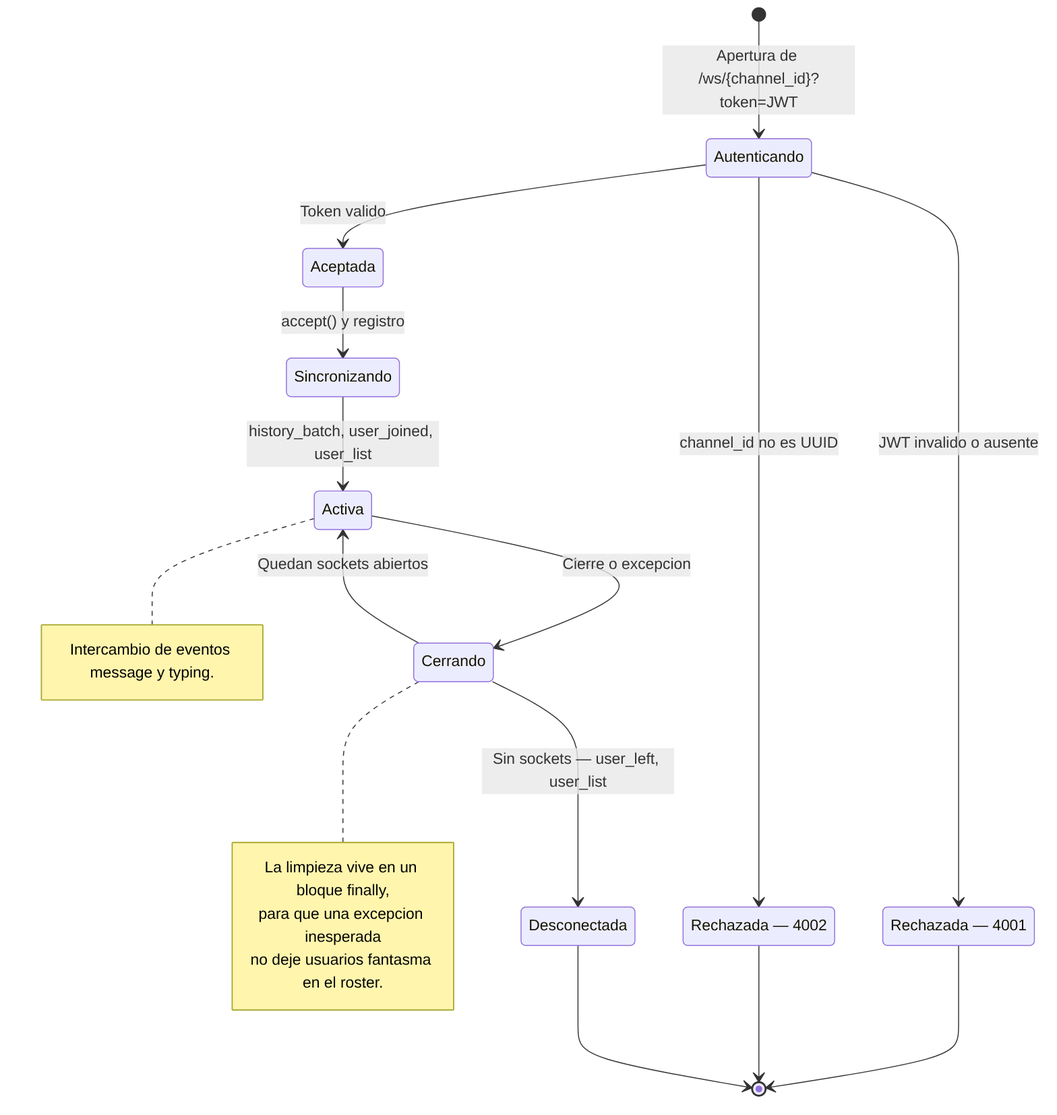
This is docs/diagramas/out/08-estados-conexion.png from ErickCor24/ug-disc-chat, a Mermaid export, as it was before one commit. Its source is kept beside it as docs/diagramas/08-estados-conexion.mmd.
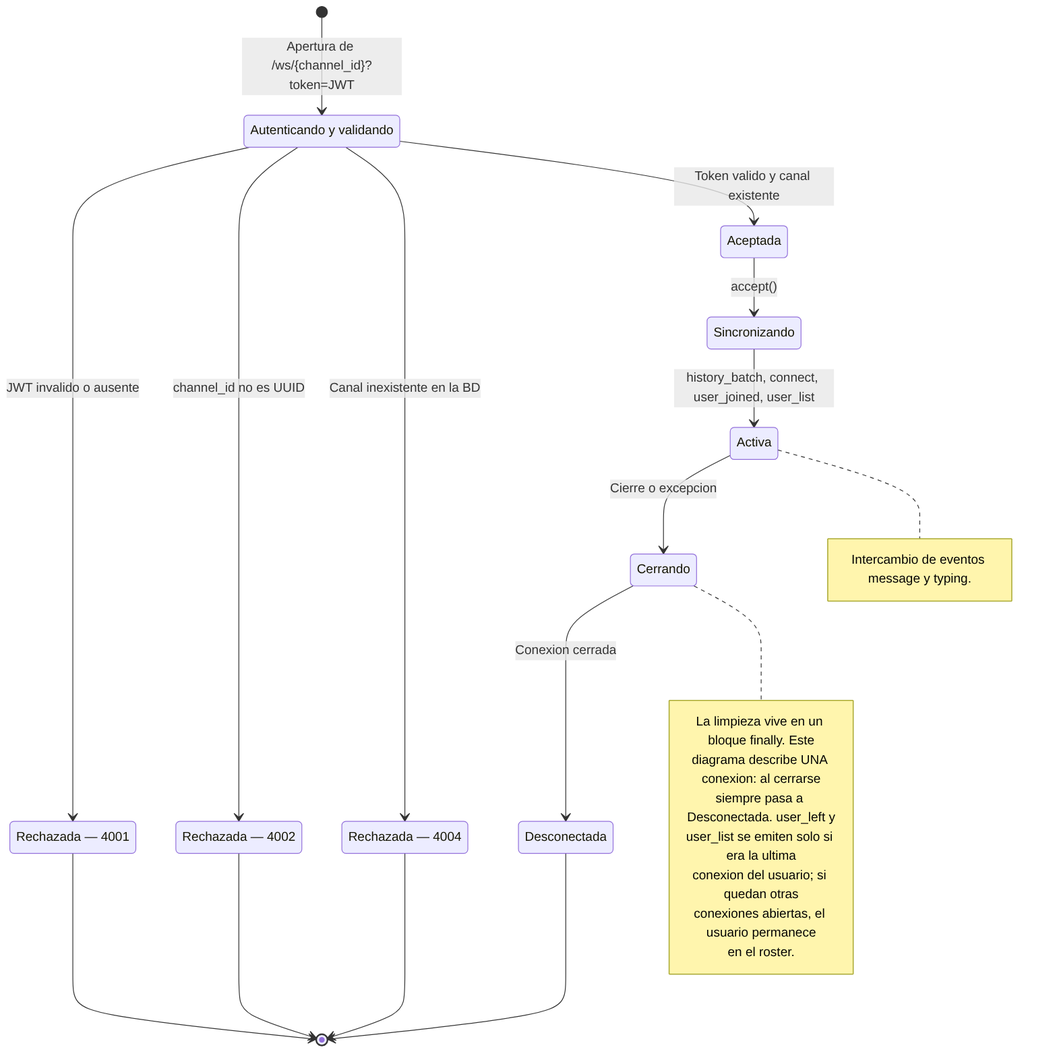
After the commit.

Diff of the diagram source:
```diff
@@ -1,7 +1,8 @@
 stateDiagram-v2
-    state "Autenticando" as auth
+    state "Autenticando y validando" as auth
     state "Rechazada — 4001" as r4001
     state "Rechazada — 4002" as r4002
+    state "Rechazada — 4004" as r4004
     state "Aceptada" as acc
     state "Sincronizando" as sync
     state "Activa" as act
@@ -12,17 +13,18 @@
 
     auth --> r4001: JWT invalido o ausente
     auth --> r4002: channel_id no es UUID
-    auth --> acc: Token valido
+    auth --> r4004: Canal inexistente en la BD
+    auth --> acc: Token valido y canal existente
 
-    acc --> sync: accept() y registro
-    sync --> act: history_batch, user_joined, user_list
+    acc --> sync: accept()
+    sync --> act: history_batch, connect, user_joined, user_list
 
     act --> close: Cierre o excepcion
-    close --> act: Quedan sockets abiertos
-    close --> off: Sin sockets — user_left, user_list
+    close --> off: Conexion cerrada
 
     r4001 --> [*]
     r4002 --> [*]
+    r4004 --> [*]
     off --> [*]
 
     note right of act
@@ -30,7 +32,11 @@
     end note
 
     note right of close
-        La limpieza vive en un bloque finally,
-        para que una excepcion inesperada
-        no deje usuarios fantasma en el roster.
+        La limpieza vive en un bloque finally. Este
+        diagrama describe UNA conexion: al cerrarse
+        siempre pasa a Desconectada. user_left y
+        user_list se emiten solo si era la ultima
+        conexion del usuario; si quedan otras
+        conexiones abiertas, el usuario permanece
+        en el roster.
     end note
```
